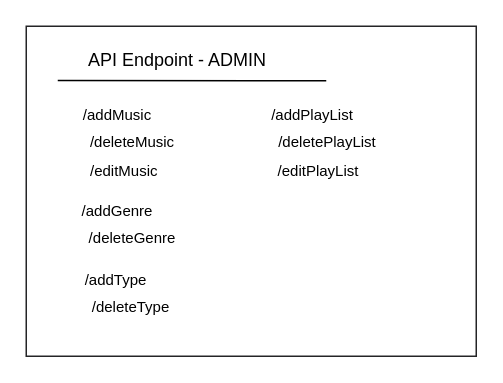
This is Schéma Endpoint.drawio from Zacharie-Julien/SpotiHome-VUE, a draw.io file, before an edit. Source tidied: cells renumbered, new cells numbered last; positions are measured from the earlier drawing's top-left corner, leaving out a move shared by most shapes. Both pictures are drawn from the tidied source at 150%, with x=0, y=0 at pixel (26, 26).
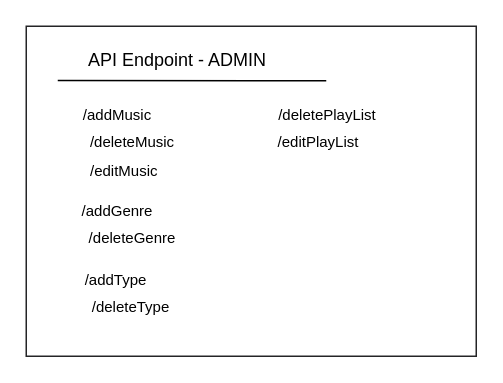
The same page after the edit.

Commit message:
Mettre à jour Schéma Endpoint.drawio

The edit, as a diff of the source:
```diff
@@
 <mxGraphModel>
   <root>
     <mxCell id="0" />
     <mxCell id="1" parent="0" />
     <mxCell id="2" style="rounded=0;whiteSpace=wrap;html=1;fillColor=light-dark(#FFFFFF,#242426);strokeColor=light-dark(#242426,#242426);" parent="1" vertex="1">
       <mxGeometry width="300" height="220" as="geometry" />
     </mxCell>
     <mxCell id="3" value="&lt;font style=&quot;font-size: 10px; color: light-dark(rgb(0, 0, 0), rgb(96, 114, 250));&quot;&gt;/editPlayList&lt;/font&gt;" style="text;html=1;align=center;verticalAlign=middle;whiteSpace=wrap;rounded=0;fontFamily=Nerd;" parent="1" vertex="1">
-      <mxGeometry x="130" y="82" width="130" height="27.3" as="geometry" />
+      <mxGeometry x="130" y="63.8" width="130" height="27.3" as="geometry" />
     </mxCell>
     <mxCell id="4" value="&lt;font style=&quot;font-size: 10px; color: light-dark(rgb(0, 0, 0), rgb(96, 114, 250));&quot;&gt;/editMusic&lt;/font&gt;" style="text;html=1;align=center;verticalAlign=middle;whiteSpace=wrap;rounded=0;fontFamily=Nerd;" parent="1" vertex="1">
       <mxGeometry x="1" y="82" width="129" height="27.3" as="geometry" />
     </mxCell>
     <mxCell id="5" value="API Endpoint - ADMIN" style="text;html=1;align=center;verticalAlign=middle;whiteSpace=wrap;rounded=0;fontFamily=Nerd;fontColor=light-dark(#000000,#B2B0BF);" parent="1" vertex="1">
       <mxGeometry x="21" y="9.1" width="160" height="27.3" as="geometry" />
     </mxCell>
     <mxCell id="6" style="endArrow=none;html=1;rounded=0;fontColor=light-dark(#000000,#B2B0BF);strokeColor=light-dark(#000000,#B2B0BF);" parent="1" edge="1">
       <mxGeometry relative="1" as="geometry">
         <mxPoint x="21" y="36.1" as="sourcePoint" />
         <mxPoint x="200" y="36.4" as="targetPoint" />
       </mxGeometry>
     </mxCell>
     <mxCell id="7" value="&lt;font style=&quot;font-size: 10px; color: light-dark(rgb(0, 0, 0), rgb(67, 194, 63));&quot;&gt;/addMusic&lt;/font&gt;" style="text;html=1;align=center;verticalAlign=middle;whiteSpace=wrap;rounded=0;fontFamily=Nerd;" parent="1" vertex="1">
       <mxGeometry x="1" y="45.6" width="120" height="27.3" as="geometry" />
     </mxCell>
     <mxCell id="8" value="&lt;font style=&quot;font-size: 10px; color: light-dark(rgb(0, 0, 0), rgb(236, 97, 81));&quot;&gt;/deleteMusic&lt;/font&gt;" style="text;html=1;align=center;verticalAlign=middle;whiteSpace=wrap;rounded=0;fontFamily=Nerd;" parent="1" vertex="1">
       <mxGeometry x="1" y="63.8" width="140" height="27.3" as="geometry" />
     </mxCell>
-    <mxCell id="9" value="&lt;font style=&quot;font-size: 10px; color: light-dark(rgb(0, 0, 0), rgb(67, 194, 63));&quot;&gt;/addPlayList&lt;/font&gt;" style="text;html=1;align=center;verticalAlign=middle;whiteSpace=wrap;rounded=0;fontFamily=Nerd;" parent="1" vertex="1">
-      <mxGeometry x="131" y="45.6" width="120" height="27.3" as="geometry" />
-    </mxCell>
     <mxCell id="10" value="&lt;font style=&quot;font-size: 10px; color: light-dark(rgb(0, 0, 0), rgb(236, 97, 81));&quot;&gt;/deletePlayList&lt;/font&gt;" style="text;html=1;align=center;verticalAlign=middle;whiteSpace=wrap;rounded=0;fontFamily=Nerd;" parent="1" vertex="1">
-      <mxGeometry x="131" y="63.8" width="140" height="27.3" as="geometry" />
+      <mxGeometry x="131" y="45.6" width="140" height="27.3" as="geometry" />
     </mxCell>
     <mxCell id="11" value="&lt;font style=&quot;color: light-dark(rgb(0, 0, 0), rgb(67, 194, 63)); font-size: 10px;&quot;&gt;/addType&lt;/font&gt;" style="text;html=1;align=center;verticalAlign=middle;whiteSpace=wrap;rounded=0;fontFamily=Nerd;" parent="1" vertex="1">
       <mxGeometry y="154.9" width="120" height="27.3" as="geometry" />
     </mxCell>
     <mxCell id="12" value="&lt;font style=&quot;font-size: 10px; color: light-dark(rgb(0, 0, 0), rgb(236, 97, 81));&quot;&gt;/deleteType&lt;/font&gt;" style="text;html=1;align=center;verticalAlign=middle;whiteSpace=wrap;rounded=0;fontFamily=Nerd;" parent="1" vertex="1">
       <mxGeometry y="173.1" width="140" height="27.3" as="geometry" />
     </mxCell>
     <mxCell id="13" value="&lt;font style=&quot;color: light-dark(rgb(0, 0, 0), rgb(67, 194, 63)); font-size: 10px;&quot;&gt;/addGenre&lt;/font&gt;" style="text;html=1;align=center;verticalAlign=middle;whiteSpace=wrap;rounded=0;fontFamily=Nerd;" parent="1" vertex="1">
       <mxGeometry x="1" y="109.3" width="120" height="27.3" as="geometry" />
     </mxCell>
     <mxCell id="14" value="&lt;font style=&quot;font-size: 10px; color: light-dark(rgb(0, 0, 0), rgb(236, 97, 81));&quot;&gt;/deleteGenre&lt;/font&gt;" style="text;html=1;align=center;verticalAlign=middle;whiteSpace=wrap;rounded=0;fontFamily=Nerd;" parent="1" vertex="1">
       <mxGeometry x="1" y="127.6" width="140" height="27.3" as="geometry" />
     </mxCell>
   </root>
 </mxGraphModel>
```
